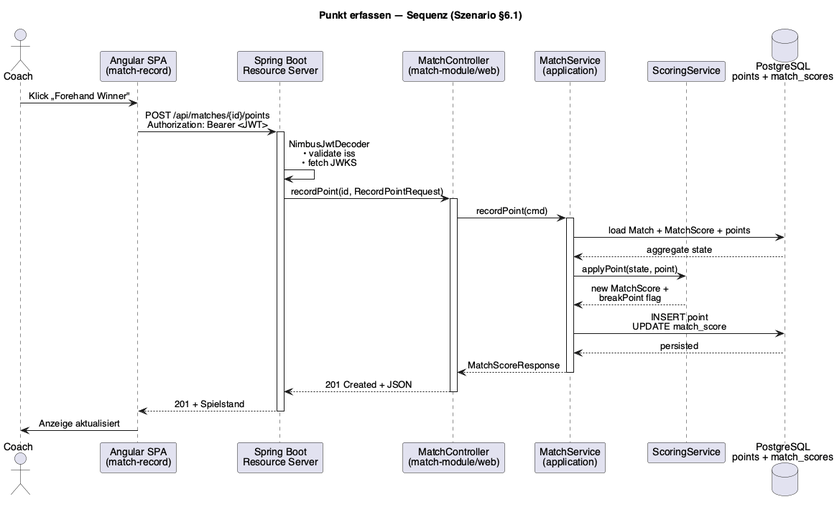
Above: doc/sad/diagrams/TSaS_Seq_RecordPoint.png in cbo1970/tsas (PlantUML), before the change.
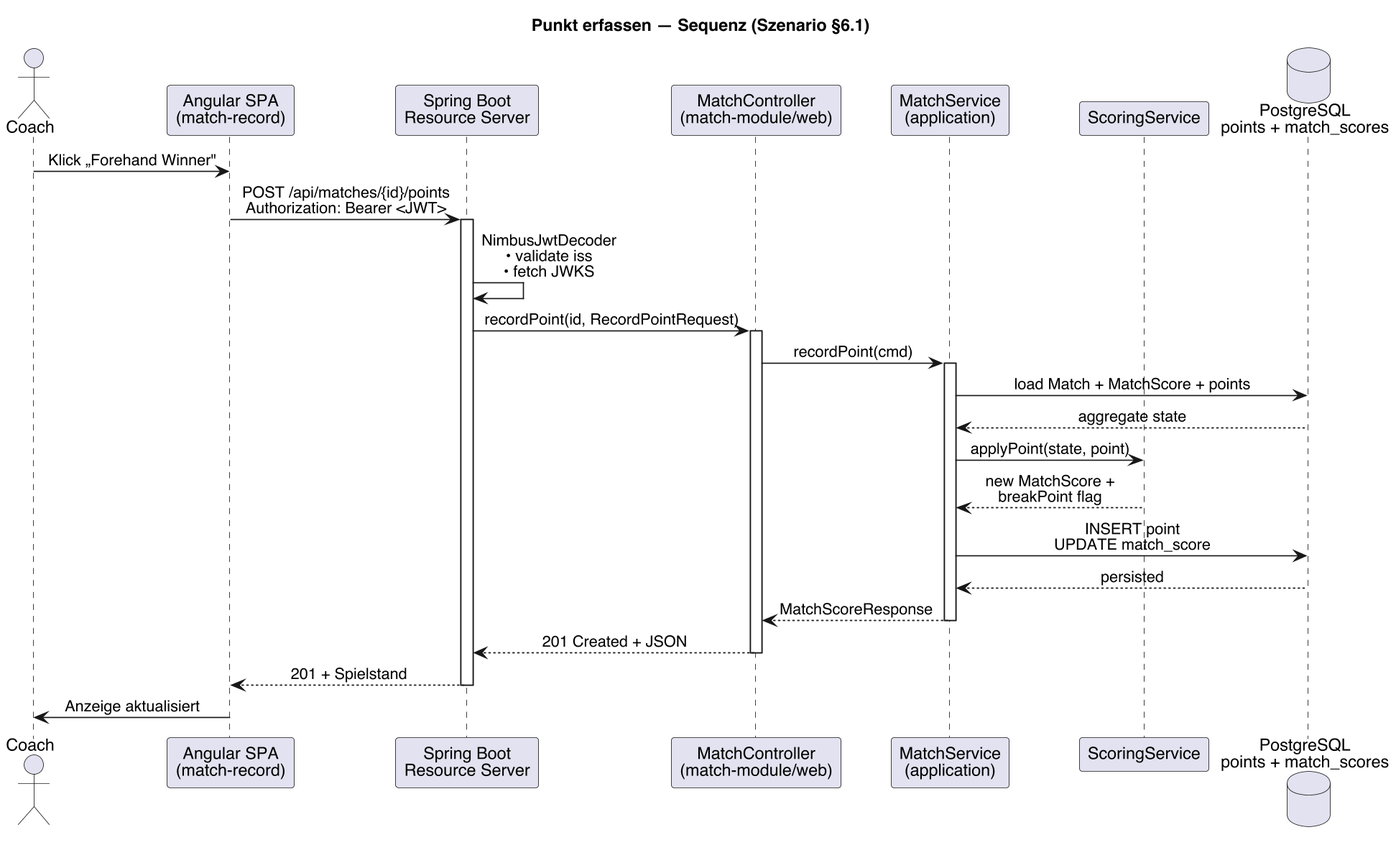
Above is the later version.

Diff of the diagram source:
```diff
@@ -1,5 +1,5 @@
 @startuml TSaS_Seq_RecordPoint
-skinparamlocked dpiScale 2.5
+skinparamlocked dpi 160
 title Punkt erfassen — Sequenz (Szenario §6.1)
 
 skinparam sequenceMessageAlign center
```
